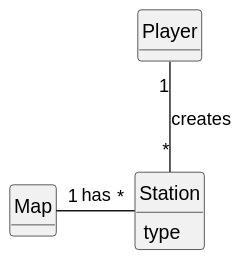
The PlantUML diagram docs/sprint1/us005/02.analysis/svg/us005-domain-model.svg in ivasduarte/all-aboard, before a commit. Source of this version:
```plantuml
@startuml
skinparam monochrome true
skinparam packageStyle rectangle
skinparam shadowing false


skinparam classAttributeIconSize 0

hide circle
hide methods


class Map {

}

class Station {
    type
}

class Player {
}


Map "1" - "*" Station : has
Player "1" -- "*" Station : creates
@enduml
```
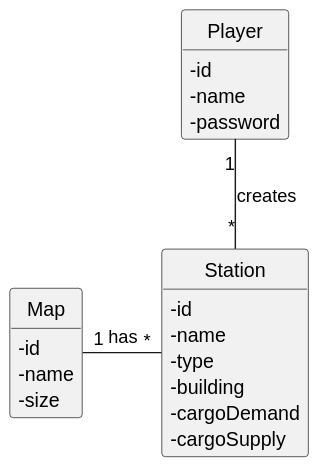
Above is the later version.

Commit message:
US010(docs): Updated Domain Model

What changed in the source:
```diff
@@ -11,14 +11,24 @@
 
 
 class Map {
-
+    - id
+    - name
+    - size
 }
 
 class Station {
-    type
+    - id
+    - name
+    - type
+    - building
+    - cargoDemand
+    - cargoSupply
 }
 
 class Player {
+    - id
+    - name
+    - password
 }
 
 
```
